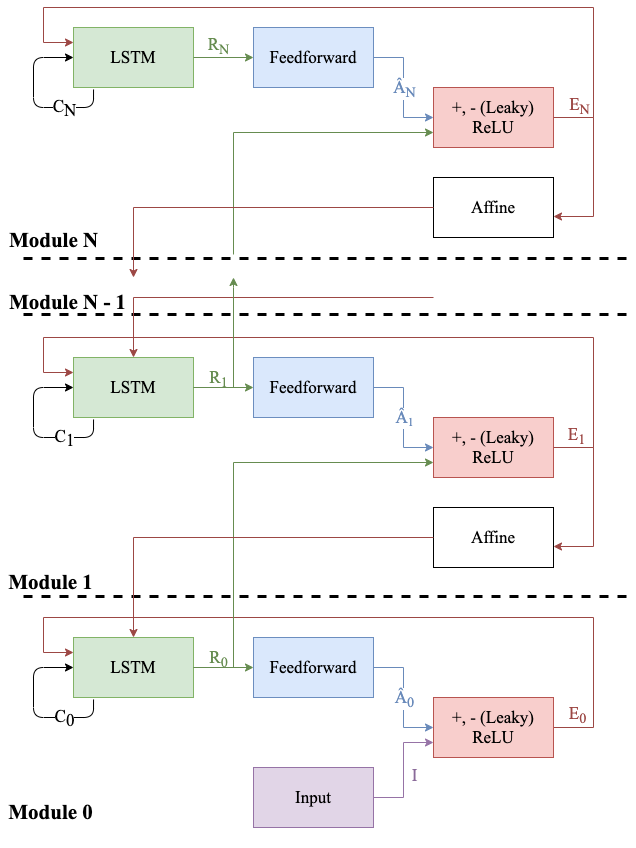
BBBBlarry/PreCNetLM keeps this draw.io diagram as graphics/PrecNetLM Architecture.png. Above is the earlier version. Source tidied: cells renumbered, new cells last; positions are measured from the earlier drawing's top-left corner, leaving out a move shared by most shapes.
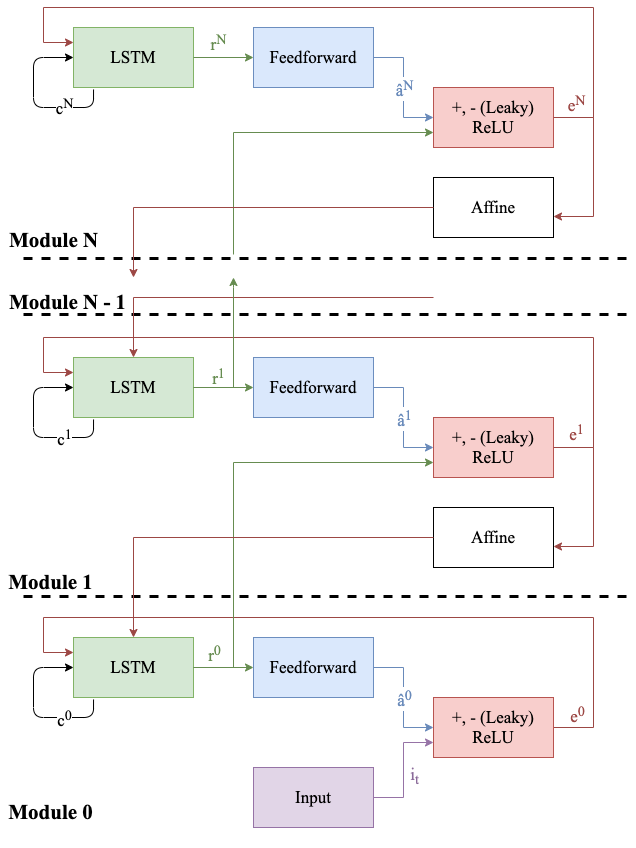
After the change.

Commit message:
Improve notations.

Change to the diagram source:
```diff
@@ -14,9 +14,9 @@
     <mxCell id="5" style="edgeStyle=orthogonalEdgeStyle;rounded=0;jettySize=auto;html=1;entryX=0;entryY=0.5;entryDx=0;entryDy=0;fontSize=17;strokeColor=#668C50;" parent="2" edge="1" source="3" target="4">
       <mxGeometry relative="1" as="geometry" />
     </mxCell>
-    <mxCell id="6" value="&lt;font style=&quot;font-size: 17px&quot; face=&quot;Times New Roman&quot;&gt;R&lt;sub&gt;N&lt;/sub&gt;&lt;/font&gt;" style="edgeLabel;html=1;align=center;verticalAlign=middle;fontColor=#668C50;" parent="5" vertex="1">
+    <mxCell id="6" value="&lt;font style=&quot;font-size: 17px&quot; face=&quot;Times New Roman&quot;&gt;r&lt;sup&gt;N&lt;/sup&gt;&lt;/font&gt;" style="edgeLabel;html=1;align=center;verticalAlign=middle;fontColor=#668C50;" parent="5" vertex="1">
       <mxGeometry x="-0.2" y="1" relative="1" as="geometry">
-        <mxPoint y="-12" as="offset" />
+        <mxPoint y="-15" as="offset" />
       </mxGeometry>
     </mxCell>
     <mxCell id="7" style="edgeStyle=orthogonalEdgeStyle;rounded=0;jettySize=auto;html=1;entryX=0;entryY=0.25;entryDx=0;entryDy=0;strokeColor=#9C4744;" parent="2" edge="1" source="8" target="3">
@@ -35,7 +35,7 @@
     <mxCell id="9" style="edgeStyle=orthogonalEdgeStyle;rounded=0;jettySize=auto;html=1;entryX=0;entryY=0.5;entryDx=0;entryDy=0;fontSize=17;strokeColor=#698ABA;" parent="2" edge="1" source="4" target="8">
       <mxGeometry relative="1" as="geometry" />
     </mxCell>
-    <mxCell id="10" value="&lt;font style=&quot;font-size: 17px&quot; face=&quot;Times New Roman&quot; color=&quot;#698aba&quot;&gt;Â&lt;sub&gt;N&lt;/sub&gt;&lt;/font&gt;" style="edgeLabel;html=1;align=center;verticalAlign=middle;fontSize=16;fontColor=#6C8EBF;" parent="9" vertex="1">
+    <mxCell id="10" value="&lt;font style=&quot;font-size: 17px&quot; face=&quot;Times New Roman&quot; color=&quot;#698aba&quot;&gt;â&lt;sup&gt;N&lt;/sup&gt;&lt;/font&gt;" style="edgeLabel;html=1;align=center;verticalAlign=middle;fontSize=16;fontColor=#6C8EBF;" parent="9" vertex="1">
       <mxGeometry x="-0.75" y="1" relative="1" as="geometry">
         <mxPoint x="15" y="31" as="offset" />
       </mxGeometry>
@@ -49,9 +49,9 @@
         </Array>
       </mxGeometry>
     </mxCell>
-    <mxCell id="12" value="C&lt;sub style=&quot;font-size: 17px;&quot;&gt;N&lt;/sub&gt;" style="edgeLabel;html=1;align=center;verticalAlign=middle;fontSize=17;fontFamily=Times New Roman;" parent="11" vertex="1">
+    <mxCell id="12" value="c&lt;sup&gt;N&lt;/sup&gt;" style="edgeLabel;html=1;align=center;verticalAlign=middle;fontSize=17;fontFamily=Times New Roman;" parent="11" vertex="1">
       <mxGeometry x="-0.51" relative="1" as="geometry">
-        <mxPoint x="-7" as="offset" />
+        <mxPoint x="-7" y="-2" as="offset" />
       </mxGeometry>
     </mxCell>
     <mxCell id="13" value="Affine" style="rounded=0;whiteSpace=wrap;html=1;fontSize=17;fontFamily=Times New Roman;" parent="2" vertex="1">
@@ -65,9 +65,9 @@
         </Array>
       </mxGeometry>
     </mxCell>
-    <mxCell id="15" value="&lt;font style=&quot;font-size: 17px&quot; face=&quot;Times New Roman&quot;&gt;E&lt;sub&gt;N&lt;/sub&gt;&lt;/font&gt;" style="edgeLabel;html=1;align=center;verticalAlign=middle;fontColor=#9C4744;" parent="14" vertex="1">
+    <mxCell id="15" value="&lt;font style=&quot;font-size: 17px&quot; face=&quot;Times New Roman&quot;&gt;e&lt;sup&gt;N&lt;/sup&gt;&lt;/font&gt;" style="edgeLabel;html=1;align=center;verticalAlign=middle;fontColor=#9C4744;" parent="14" vertex="1">
       <mxGeometry x="-0.79" y="-1" relative="1" as="geometry">
-        <mxPoint x="6.8" y="-14" as="offset" />
+        <mxPoint x="3.8" y="-16" as="offset" />
       </mxGeometry>
     </mxCell>
     <mxCell id="16" style="edgeStyle=orthogonalEdgeStyle;rounded=0;jettySize=auto;html=1;strokeWidth=1;fontFamily=Times New Roman;fontSize=17;fontColor=#000000;strokeColor=#668C50;entryX=0;entryY=0.75;entryDx=0;entryDy=0;" parent="2" edge="1" target="8">
@@ -93,9 +93,9 @@
     <mxCell id="21" style="edgeStyle=orthogonalEdgeStyle;rounded=0;jettySize=auto;html=1;entryX=0;entryY=0.5;entryDx=0;entryDy=0;fontSize=17;strokeColor=#668C50;" parent="18" edge="1" source="19" target="20">
       <mxGeometry relative="1" as="geometry" />
     </mxCell>
-    <mxCell id="22" value="&lt;font style=&quot;font-size: 17px&quot; face=&quot;Times New Roman&quot;&gt;R&lt;sub&gt;1&lt;/sub&gt;&lt;/font&gt;" style="edgeLabel;html=1;align=center;verticalAlign=middle;fontColor=#668C50;" parent="21" vertex="1">
+    <mxCell id="22" value="&lt;font style=&quot;font-size: 17px&quot;&gt;&lt;span style=&quot;font-family: &amp;#34;times new roman&amp;#34;&quot;&gt;r&lt;/span&gt;&lt;sup style=&quot;font-family: &amp;#34;times new roman&amp;#34;&quot;&gt;1&lt;/sup&gt;&lt;/font&gt;" style="edgeLabel;html=1;align=center;verticalAlign=middle;fontColor=#668C50;" parent="21" vertex="1">
       <mxGeometry x="-0.2" y="1" relative="1" as="geometry">
-        <mxPoint y="-9" as="offset" />
+        <mxPoint y="-11" as="offset" />
       </mxGeometry>
     </mxCell>
     <mxCell id="23" style="edgeStyle=orthogonalEdgeStyle;rounded=0;jettySize=auto;html=1;entryX=0;entryY=0.25;entryDx=0;entryDy=0;strokeColor=#9C4744;" parent="18" edge="1" source="24" target="19">
@@ -114,7 +114,7 @@
     <mxCell id="25" style="edgeStyle=orthogonalEdgeStyle;rounded=0;jettySize=auto;html=1;entryX=0;entryY=0.5;entryDx=0;entryDy=0;fontSize=17;strokeColor=#698ABA;" parent="18" edge="1" source="20" target="24">
       <mxGeometry relative="1" as="geometry" />
     </mxCell>
-    <mxCell id="26" value="&lt;font style=&quot;font-size: 17px&quot; face=&quot;Times New Roman&quot; color=&quot;#698aba&quot;&gt;Â&lt;/font&gt;&lt;font style=&quot;font-size: 14.1667px&quot; face=&quot;Times New Roman&quot; color=&quot;#698aba&quot;&gt;&lt;sub&gt;1&lt;/sub&gt;&lt;/font&gt;" style="edgeLabel;html=1;align=center;verticalAlign=middle;fontSize=16;fontColor=#6C8EBF;" parent="25" vertex="1">
+    <mxCell id="26" value="&lt;span style=&quot;color: rgb(105 , 138 , 186) ; font-family: &amp;#34;times new roman&amp;#34; ; font-size: 17px&quot;&gt;â&lt;/span&gt;&lt;span style=&quot;color: rgb(105 , 138 , 186) ; font-family: &amp;#34;times new roman&amp;#34;&quot;&gt;&lt;font style=&quot;font-size: 17px&quot;&gt;&lt;sup&gt;1&lt;/sup&gt;&lt;/font&gt;&lt;/span&gt;" style="edgeLabel;html=1;align=center;verticalAlign=middle;fontSize=16;fontColor=#6C8EBF;" parent="25" vertex="1">
       <mxGeometry x="-0.75" y="1" relative="1" as="geometry">
         <mxPoint x="15" y="31" as="offset" />
       </mxGeometry>
@@ -128,9 +128,9 @@
         </Array>
       </mxGeometry>
     </mxCell>
-    <mxCell id="28" value="C&lt;sub style=&quot;font-size: 17px&quot;&gt;1&lt;/sub&gt;" style="edgeLabel;html=1;align=center;verticalAlign=middle;fontSize=17;fontFamily=Times New Roman;" parent="27" vertex="1">
+    <mxCell id="28" value="c&lt;sup&gt;1&lt;/sup&gt;" style="edgeLabel;html=1;align=center;verticalAlign=middle;fontSize=17;fontFamily=Times New Roman;" parent="27" vertex="1">
       <mxGeometry x="-0.51" relative="1" as="geometry">
-        <mxPoint x="-7" as="offset" />
+        <mxPoint x="-7" y="-1" as="offset" />
       </mxGeometry>
     </mxCell>
     <mxCell id="29" value="Affine" style="rounded=0;whiteSpace=wrap;html=1;fontSize=17;fontFamily=Times New Roman;" parent="18" vertex="1">
@@ -144,9 +144,9 @@
         </Array>
       </mxGeometry>
     </mxCell>
-    <mxCell id="31" value="&lt;font style=&quot;font-size: 17px&quot; face=&quot;Times New Roman&quot;&gt;E&lt;sub&gt;1&lt;/sub&gt;&lt;/font&gt;" style="edgeLabel;html=1;align=center;verticalAlign=middle;fontColor=#9C4744;" parent="30" vertex="1">
+    <mxCell id="31" value="&lt;font style=&quot;font-size: 17px&quot;&gt;&lt;span style=&quot;font-family: &amp;#34;times new roman&amp;#34;&quot;&gt;e&lt;/span&gt;&lt;sup style=&quot;font-family: &amp;#34;times new roman&amp;#34;&quot;&gt;1&lt;/sup&gt;&lt;/font&gt;" style="edgeLabel;html=1;align=center;verticalAlign=middle;fontColor=#9C4744;" parent="30" vertex="1">
       <mxGeometry x="-0.79" y="-1" relative="1" as="geometry">
-        <mxPoint x="3.8" y="-14" as="offset" />
+        <mxPoint x="3.8" y="-17" as="offset" />
       </mxGeometry>
     </mxCell>
     <mxCell id="32" style="group;" parent="1" vertex="1">
@@ -161,9 +161,9 @@
     <mxCell id="35" style="edgeStyle=orthogonalEdgeStyle;rounded=0;jettySize=auto;html=1;entryX=0;entryY=0.5;entryDx=0;entryDy=0;fontSize=17;strokeColor=#668C50;" parent="32" edge="1" source="33" target="34">
       <mxGeometry relative="1" as="geometry" />
     </mxCell>
-    <mxCell id="36" value="&lt;font style=&quot;font-size: 17px&quot; face=&quot;Times New Roman&quot;&gt;R&lt;sub&gt;0&lt;/sub&gt;&lt;/font&gt;" style="edgeLabel;html=1;align=center;verticalAlign=middle;fontColor=#668C50;" parent="35" vertex="1">
+    <mxCell id="36" value="&lt;font style=&quot;font-size: 17px&quot;&gt;&lt;span style=&quot;font-family: &amp;#34;times new roman&amp;#34;&quot;&gt;r&lt;/span&gt;&lt;sup style=&quot;font-family: &amp;#34;times new roman&amp;#34;&quot;&gt;0&lt;/sup&gt;&lt;/font&gt;" style="edgeLabel;html=1;align=center;verticalAlign=middle;fontColor=#668C50;" parent="35" vertex="1">
       <mxGeometry x="-0.2" y="1" relative="1" as="geometry">
-        <mxPoint y="-9" as="offset" />
+        <mxPoint x="-4" y="-14" as="offset" />
       </mxGeometry>
     </mxCell>
     <mxCell id="37" style="edgeStyle=orthogonalEdgeStyle;rounded=0;jettySize=auto;html=1;strokeColor=#9C4744;entryX=0;entryY=0.25;entryDx=0;entryDy=0;" parent="32" edge="1" source="39" target="33">
@@ -176,7 +176,7 @@
         </Array>
       </mxGeometry>
     </mxCell>
-    <mxCell id="38" value="&lt;span style=&quot;color: rgb(156 , 71 , 68)&quot;&gt;E&lt;/span&gt;&lt;sub style=&quot;color: rgb(156 , 71 , 68)&quot;&gt;0&lt;/sub&gt;" style="edgeLabel;html=1;align=center;verticalAlign=middle;fontSize=17;fontFamily=Times New Roman;fontColor=#000000;" parent="37" vertex="1">
+    <mxCell id="38" value="&lt;span style=&quot;color: rgb(156 , 71 , 68) ; font-family: &amp;#34;times new roman&amp;#34;&quot;&gt;e&lt;/span&gt;&lt;sup style=&quot;color: rgb(156 , 71 , 68) ; font-family: &amp;#34;times new roman&amp;#34;&quot;&gt;0&lt;/sup&gt;" style="edgeLabel;html=1;align=center;verticalAlign=middle;fontSize=17;fontFamily=Times New Roman;fontColor=#000000;" parent="37" vertex="1">
       <mxGeometry x="-0.9" y="9" relative="1" as="geometry">
         <mxPoint x="-8" y="-14" as="offset" />
       </mxGeometry>
@@ -187,7 +187,7 @@
     <mxCell id="40" style="edgeStyle=orthogonalEdgeStyle;rounded=0;jettySize=auto;html=1;entryX=0;entryY=0.5;entryDx=0;entryDy=0;fontSize=17;strokeColor=#698ABA;" parent="32" edge="1" source="34" target="39">
       <mxGeometry relative="1" as="geometry" />
     </mxCell>
-    <mxCell id="41" value="&lt;font style=&quot;font-size: 17px&quot; face=&quot;Times New Roman&quot; color=&quot;#698aba&quot;&gt;Â&lt;sub&gt;0&lt;/sub&gt;&lt;/font&gt;" style="edgeLabel;html=1;align=center;verticalAlign=middle;fontSize=16;fontColor=#6C8EBF;" parent="40" vertex="1">
+    <mxCell id="41" value="&lt;span style=&quot;color: rgb(105 , 138 , 186) ; font-family: &amp;#34;times new roman&amp;#34; ; font-size: 17px&quot;&gt;â&lt;/span&gt;&lt;span style=&quot;color: rgb(105 , 138 , 186) ; font-family: &amp;#34;times new roman&amp;#34;&quot;&gt;&lt;font style=&quot;font-size: 17px&quot;&gt;&lt;sup&gt;0&lt;/sup&gt;&lt;/font&gt;&lt;/span&gt;" style="edgeLabel;html=1;align=center;verticalAlign=middle;fontSize=16;fontColor=#6C8EBF;" parent="40" vertex="1">
       <mxGeometry x="-0.75" y="1" relative="1" as="geometry">
         <mxPoint x="15" y="31" as="offset" />
       </mxGeometry>
@@ -201,7 +201,7 @@
         </Array>
       </mxGeometry>
     </mxCell>
-    <mxCell id="43" value="C&lt;sub style=&quot;font-size: 17px&quot;&gt;0&lt;/sub&gt;" style="edgeLabel;html=1;align=center;verticalAlign=middle;fontSize=17;fontFamily=Times New Roman;" parent="42" vertex="1">
+    <mxCell id="43" value="c&lt;sup&gt;0&lt;/sup&gt;" style="edgeLabel;html=1;align=center;verticalAlign=middle;fontSize=17;fontFamily=Times New Roman;" parent="42" vertex="1">
       <mxGeometry x="-0.51" relative="1" as="geometry">
         <mxPoint x="-7" as="offset" />
       </mxGeometry>
@@ -209,7 +209,7 @@
     <mxCell id="44" style="edgeStyle=orthogonalEdgeStyle;rounded=0;jettySize=auto;html=1;entryX=0;entryY=0.75;entryDx=0;entryDy=0;strokeColor=#9673a6;strokeWidth=1;fontFamily=Times New Roman;fontSize=17;fontColor=#000000;fillColor=#e1d5e7;" parent="32" edge="1" source="46" target="39">
       <mxGeometry relative="1" as="geometry" />
     </mxCell>
-    <mxCell id="45" value="I" style="edgeLabel;html=1;align=center;verticalAlign=middle;fontSize=17;fontFamily=Times New Roman;fontColor=#8A6A99;" parent="44" vertex="1">
+    <mxCell id="45" value="i&lt;sub&gt;t&lt;/sub&gt;" style="edgeLabel;html=1;align=center;verticalAlign=middle;fontSize=17;fontFamily=Times New Roman;fontColor=#8A6A99;" parent="44" vertex="1">
       <mxGeometry x="-0.23" relative="1" as="geometry">
         <mxPoint x="10" y="-8.2" as="offset" />
       </mxGeometry>
```
